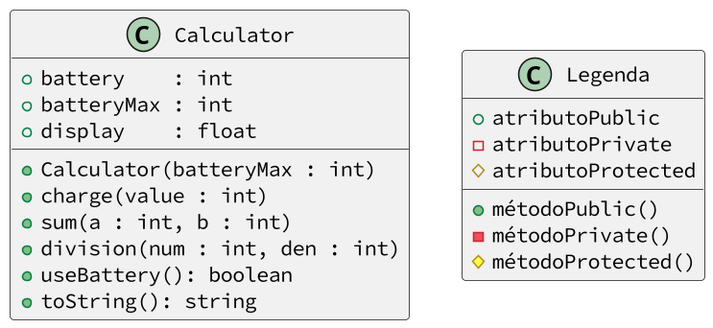
Above: base/calculadora/diagrama.png in qxcodepoo/arcade (PlantUML), before the change. Its diagram source:
```plantuml
@startuml
skinparam defaultFontName Hasklig
skinparam dpi 150
class Calculator {
  + battery    : int
  + batteryMax : int
  + display    : float
  __
  + Calculator(batteryMax : int)
  + charge(value : int)
  + sum(a : int, b : int)
  + division(num : int, den : int)
  + useBattery(): boolean
  + toString(): string
}
class Legenda {
  + atributoPublic
  - atributoPrivate
  # atributoProtected
  __
  + métodoPublic()
  - métodoPrivate()
  # métodoProtected()
}
@enduml
```
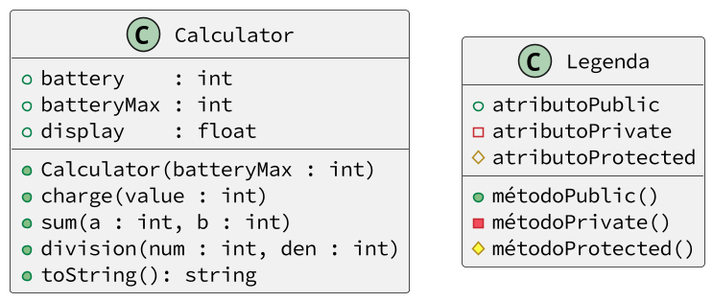
Above is the later version.

Diff of the diagram source:
```diff
@@ -10,7 +10,6 @@
   + charge(value : int)
   + sum(a : int, b : int)
   + division(num : int, den : int)
-  + useBattery(): boolean
   + toString(): string
 }
 class Legenda {
```
